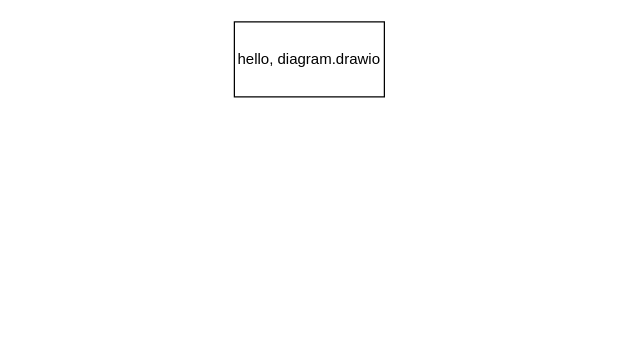
Before: Untitled Diagram.drawio in ZikeWang/drawio, a draw.io diagram. Source tidied: cells renumbered, new cells numbered last; positions are measured from the earlier drawing's top-left corner, leaving out a move shared by most shapes. Both pictures are drawn from the tidied source at 125%, with x=0, y=0 at pixel (234, 21).
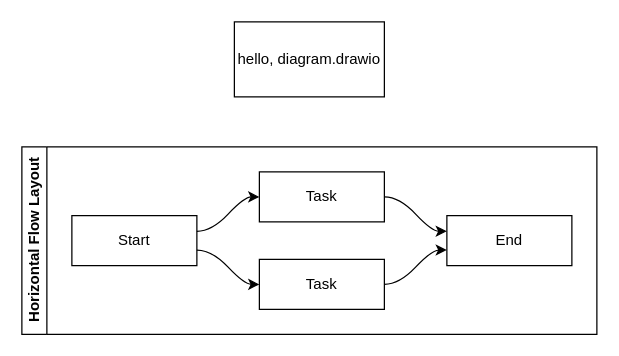
After the change.

Diff of the diagram source:
```diff
@@
 <mxGraphModel>
   <root>
     <mxCell id="0" />
     <mxCell id="1" parent="0" />
     <mxCell id="2" value="hello, diagram.drawio" style="rounded=0;whiteSpace=wrap;html=1;" parent="1" vertex="1">
       <mxGeometry width="120" height="60" as="geometry" />
     </mxCell>
+    <mxCell id="3" value="Horizontal Flow Layout" style="swimlane;html=1;startSize=20;horizontal=0;flowOrientation=west;interRankCellSpacing=50;containerType=tree;" parent="1" vertex="1">
+      <mxGeometry x="-170" y="100" width="460" height="150" as="geometry" />
+    </mxCell>
+    <mxCell id="4" value="Start" style="whiteSpace=wrap;html=1;" parent="3" vertex="1">
+      <mxGeometry x="40" y="55" width="100" height="40" as="geometry" />
+    </mxCell>
+    <mxCell id="5" value="Task" style="whiteSpace=wrap;html=1;" parent="3" vertex="1">
+      <mxGeometry x="190" y="20" width="100" height="40" as="geometry" />
+    </mxCell>
+    <mxCell id="6" style="html=1;curved=1;rounded=0;noEdgeStyle=1;orthogonal=1;" parent="3" edge="1" source="4" target="5">
+      <mxGeometry relative="1" as="geometry">
+        <Array as="points">
+          <mxPoint x="152" y="67.5" />
+          <mxPoint x="178" y="40" />
+        </Array>
+      </mxGeometry>
+    </mxCell>
+    <mxCell id="7" value="Task" style="whiteSpace=wrap;html=1;" parent="3" vertex="1">
+      <mxGeometry x="190" y="90" width="100" height="40" as="geometry" />
+    </mxCell>
+    <mxCell id="8" style="html=1;curved=1;rounded=0;noEdgeStyle=1;orthogonal=1;" parent="3" edge="1" source="4" target="7">
+      <mxGeometry relative="1" as="geometry">
+        <Array as="points">
+          <mxPoint x="152" y="82.5" />
+          <mxPoint x="178" y="110" />
+        </Array>
+      </mxGeometry>
+    </mxCell>
+    <mxCell id="9" value="End" style="whiteSpace=wrap;html=1;" parent="3" vertex="1">
+      <mxGeometry x="340" y="55" width="100" height="40" as="geometry" />
+    </mxCell>
+    <mxCell id="10" style="html=1;curved=1;rounded=0;noEdgeStyle=1;orthogonal=1;" parent="3" edge="1" source="5" target="9">
+      <mxGeometry relative="1" as="geometry">
+        <Array as="points">
+          <mxPoint x="302" y="40" />
+          <mxPoint x="328" y="67.5" />
+        </Array>
+      </mxGeometry>
+    </mxCell>
+    <mxCell id="11" style="html=1;curved=1;rounded=0;noEdgeStyle=1;orthogonal=1;" parent="3" edge="1" source="7" target="9">
+      <mxGeometry relative="1" as="geometry">
+        <Array as="points">
+          <mxPoint x="302" y="110" />
+          <mxPoint x="328" y="82.5" />
+        </Array>
+      </mxGeometry>
+    </mxCell>
   </root>
 </mxGraphModel>
```
